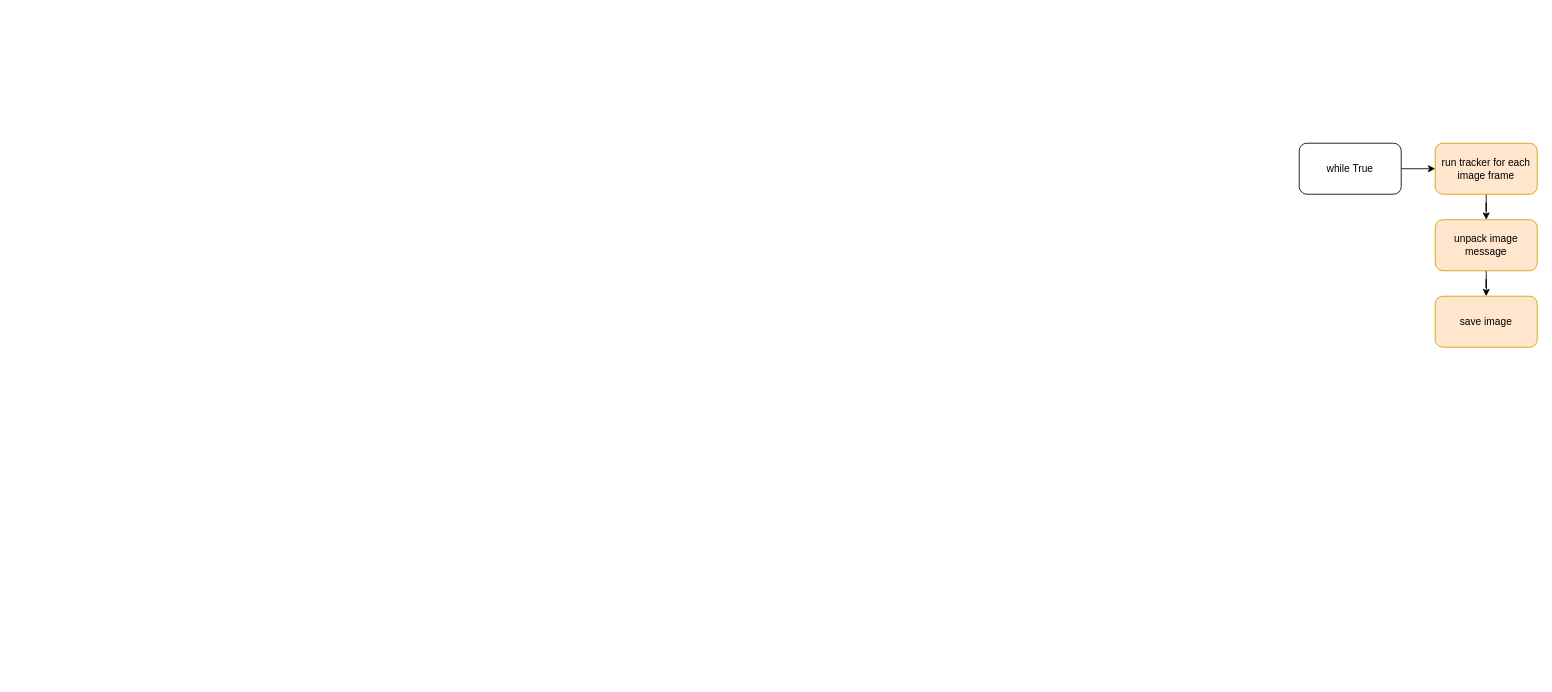
Above: page "main flow" (1 of 2) of deepsort_tracker.drawio in YueChuCheng/Wayside_draw (draw.io), before the change. Source tidied: cells renumbered, new cells numbered last; positions are measured from the earlier drawing's top-left corner, leaving out a move shared by most shapes. Both pictures are drawn from the tidied source at 85%, with x=0, y=0 at pixel (1299, 143).
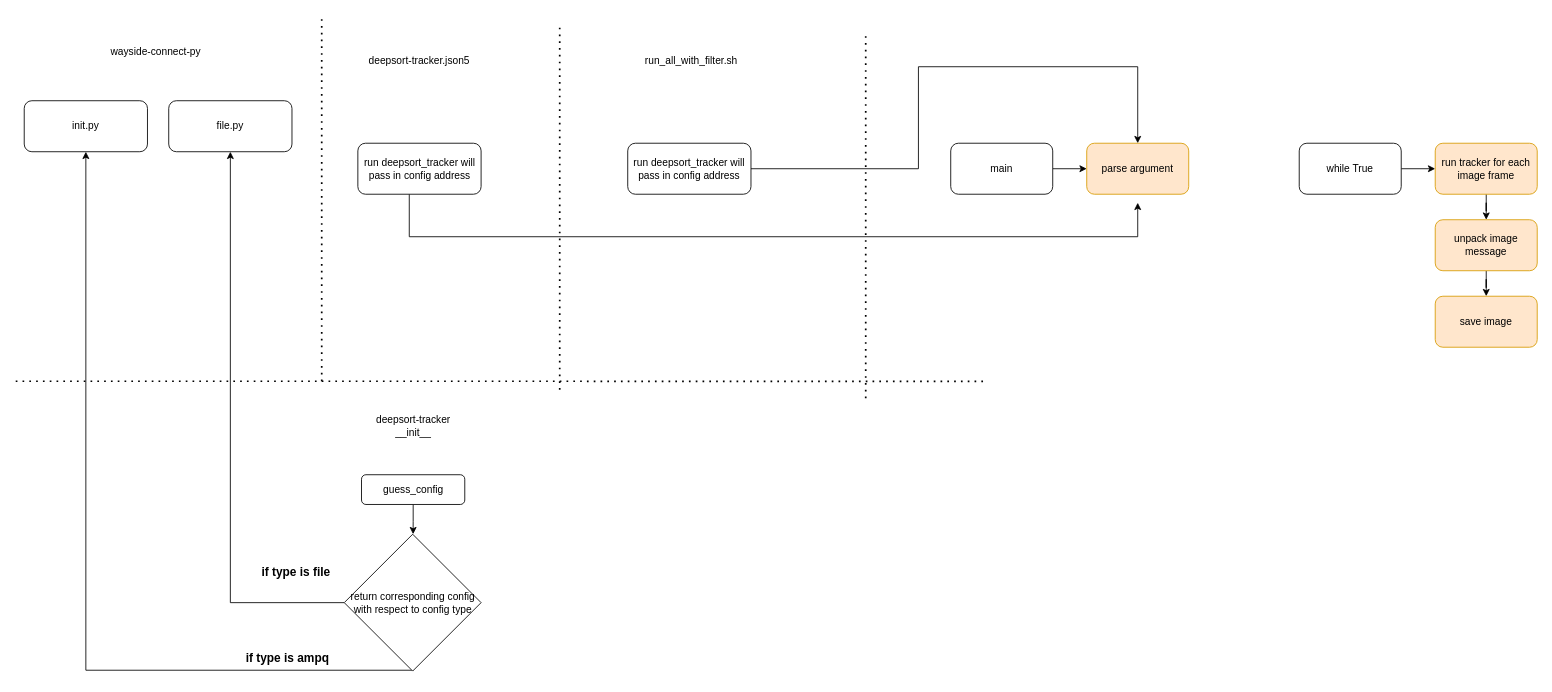
The same diagram, later.

Change to the diagram source:
```diff
@@
+    <mxCell id="9" style="edgeStyle=orthogonalEdgeStyle;rounded=0;jettySize=auto;html=1;entryX=0;entryY=0.5;entryDx=0;entryDy=0;" parent="1" edge="1" source="10" target="11">
+      <mxGeometry relative="1" as="geometry" />
+    </mxCell>
+    <mxCell id="10" value="main" style="rounded=1;whiteSpace=wrap;html=1;" parent="1" vertex="1">
+      <mxGeometry x="-410" width="120" height="60" as="geometry" />
+    </mxCell>
+    <mxCell id="11" value="parse argument" style="rounded=1;whiteSpace=wrap;html=1;fillColor=#ffe6cc;strokeColor=#d79b00;" parent="1" vertex="1">
+      <mxGeometry x="-250" width="120" height="60" as="geometry" />
+    </mxCell>
+    <mxCell id="12" style="endArrow=none;dashed=1;html=1;dashPattern=1 3;strokeWidth=2;" parent="1" edge="1">
+      <mxGeometry relative="1" as="geometry">
+        <mxPoint x="-510" y="300" as="sourcePoint" />
+        <mxPoint x="-510" y="-130" as="targetPoint" />
+      </mxGeometry>
+    </mxCell>
+    <mxCell id="13" value="run_all_with_filter.sh" style="text;html=1;strokeColor=none;fillColor=none;align=center;verticalAlign=middle;whiteSpace=wrap;rounded=0;" parent="1" vertex="1">
+      <mxGeometry x="-780" y="-130" width="130" height="65" as="geometry" />
+    </mxCell>
+    <mxCell id="14" style="edgeStyle=orthogonalEdgeStyle;rounded=0;jettySize=auto;html=1;entryX=0.5;entryY=0;entryDx=0;entryDy=0;" parent="1" edge="1" source="15" target="11">
+      <mxGeometry relative="1" as="geometry">
+        <Array as="points">
+          <mxPoint x="-448" y="30" />
+          <mxPoint x="-448" y="-90" />
+          <mxPoint x="-190" y="-90" />
+        </Array>
+      </mxGeometry>
+    </mxCell>
+    <mxCell id="15" value="run deepsort_tracker will pass in config address" style="rounded=1;whiteSpace=wrap;html=1;" parent="1" vertex="1">
+      <mxGeometry x="-790" width="145" height="60" as="geometry" />
+    </mxCell>
+    <mxCell id="16" style="endArrow=none;dashed=1;html=1;dashPattern=1 3;strokeWidth=2;" parent="1" edge="1">
+      <mxGeometry relative="1" as="geometry">
+        <mxPoint x="-870" y="290" as="sourcePoint" />
+        <mxPoint x="-870" y="-140" as="targetPoint" />
+      </mxGeometry>
+    </mxCell>
+    <mxCell id="17" value="deepsort-tracker.json5" style="text;html=1;strokeColor=none;fillColor=none;align=center;verticalAlign=middle;whiteSpace=wrap;rounded=0;" parent="1" vertex="1">
+      <mxGeometry x="-1100" y="-130" width="130" height="65" as="geometry" />
+    </mxCell>
+    <mxCell id="18" style="edgeStyle=orthogonalEdgeStyle;rounded=0;jettySize=auto;html=1;" parent="1" edge="1" source="19">
+      <mxGeometry relative="1" as="geometry">
+        <mxPoint x="-190" y="70" as="targetPoint" />
+        <Array as="points">
+          <mxPoint x="-1047" y="110" />
+          <mxPoint x="-190" y="110" />
+        </Array>
+      </mxGeometry>
+    </mxCell>
+    <mxCell id="19" value="run deepsort_tracker will pass in config address" style="rounded=1;whiteSpace=wrap;html=1;" parent="1" vertex="1">
+      <mxGeometry x="-1107.5" width="145" height="60" as="geometry" />
+    </mxCell>
+    <mxCell id="20" style="endArrow=none;dashed=1;html=1;dashPattern=1 3;strokeWidth=2;" parent="1" edge="1">
+      <mxGeometry relative="1" as="geometry">
+        <mxPoint x="-1150" y="280" as="sourcePoint" />
+        <mxPoint x="-1150" y="-150" as="targetPoint" />
+      </mxGeometry>
+    </mxCell>
+    <mxCell id="21" value="wayside-connect-py" style="text;html=1;strokeColor=none;fillColor=none;align=center;verticalAlign=middle;whiteSpace=wrap;rounded=0;" parent="1" vertex="1">
+      <mxGeometry x="-1410" y="-140" width="130" height="65" as="geometry" />
+    </mxCell>
+    <mxCell id="22" value="init.py" style="rounded=1;whiteSpace=wrap;html=1;" parent="1" vertex="1">
+      <mxGeometry x="-1500" y="-50" width="145" height="60" as="geometry" />
+    </mxCell>
+    <mxCell id="23" value="file.py" style="rounded=1;whiteSpace=wrap;html=1;" parent="1" vertex="1">
+      <mxGeometry x="-1330" y="-50" width="145" height="60" as="geometry" />
+    </mxCell>
+    <mxCell id="24" style="endArrow=none;dashed=1;html=1;dashPattern=1 3;strokeWidth=2;" parent="1" edge="1">
+      <mxGeometry relative="1" as="geometry">
+        <mxPoint x="-1510" y="280" as="sourcePoint" />
+        <mxPoint x="-370" y="280.1" as="targetPoint" />
+      </mxGeometry>
+    </mxCell>
+    <mxCell id="25" value="deepsort-tracker&lt;br&gt;__init__" style="text;html=1;strokeColor=none;fillColor=none;align=center;verticalAlign=middle;whiteSpace=wrap;rounded=0;" parent="1" vertex="1">
+      <mxGeometry x="-1107.5" y="300" width="130" height="65" as="geometry" />
+    </mxCell>
+    <mxCell id="26" style="edgeStyle=orthogonalEdgeStyle;rounded=0;jettySize=auto;html=1;entryX=0.5;entryY=0;entryDx=0;entryDy=0;" parent="1" edge="1" source="27">
+      <mxGeometry relative="1" as="geometry">
+        <mxPoint x="-1042.5" y="460" as="targetPoint" />
+      </mxGeometry>
+    </mxCell>
+    <mxCell id="27" value="guess_config" style="rounded=1;whiteSpace=wrap;html=1;" parent="1" vertex="1">
+      <mxGeometry x="-1103.2" y="390" width="121.5" height="35" as="geometry" />
+    </mxCell>
+    <mxCell id="28" style="edgeStyle=orthogonalEdgeStyle;rounded=0;jettySize=auto;html=1;entryX=0.5;entryY=1;entryDx=0;entryDy=0;" parent="1" edge="1" source="30" target="23">
+      <mxGeometry relative="1" as="geometry" />
+    </mxCell>
+    <mxCell id="29" style="edgeStyle=orthogonalEdgeStyle;rounded=0;jettySize=auto;html=1;entryX=0.5;entryY=1;entryDx=0;entryDy=0;" parent="1" edge="1" source="30" target="22">
+      <mxGeometry relative="1" as="geometry">
+        <Array as="points">
+          <mxPoint x="-1427" y="620" />
+        </Array>
+      </mxGeometry>
+    </mxCell>
+    <mxCell id="30" value="&lt;span&gt;return corresponding config with respect to config type&lt;/span&gt;" style="rhombus;whiteSpace=wrap;html=1;" parent="1" vertex="1">
+      <mxGeometry x="-1123.5" y="460" width="161" height="161" as="geometry" />
+    </mxCell>
+    <mxCell id="31" value="if type is file" style="text;html=1;strokeColor=none;fillColor=none;align=center;verticalAlign=middle;whiteSpace=wrap;rounded=0;fontSize=14;fontStyle=1;" parent="1" vertex="1">
+      <mxGeometry x="-1240" y="490" width="120" height="30" as="geometry" />
+    </mxCell>
+    <mxCell id="32" value="if type is ampq" style="text;html=1;strokeColor=none;fillColor=none;align=center;verticalAlign=middle;whiteSpace=wrap;rounded=0;fontSize=14;fontStyle=1;" parent="1" vertex="1">
+      <mxGeometry x="-1250" y="591" width="120" height="30" as="geometry" />
+    </mxCell>
```
